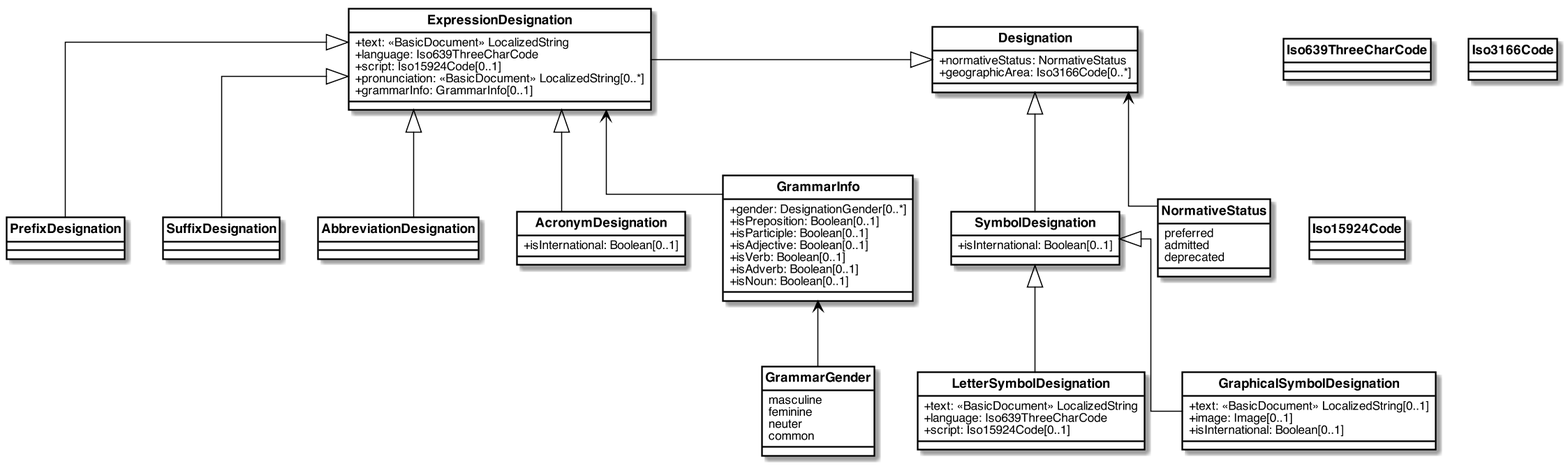
Before: images/designation.png, a diagram exported from PlantUML (glossarist/concept-model).
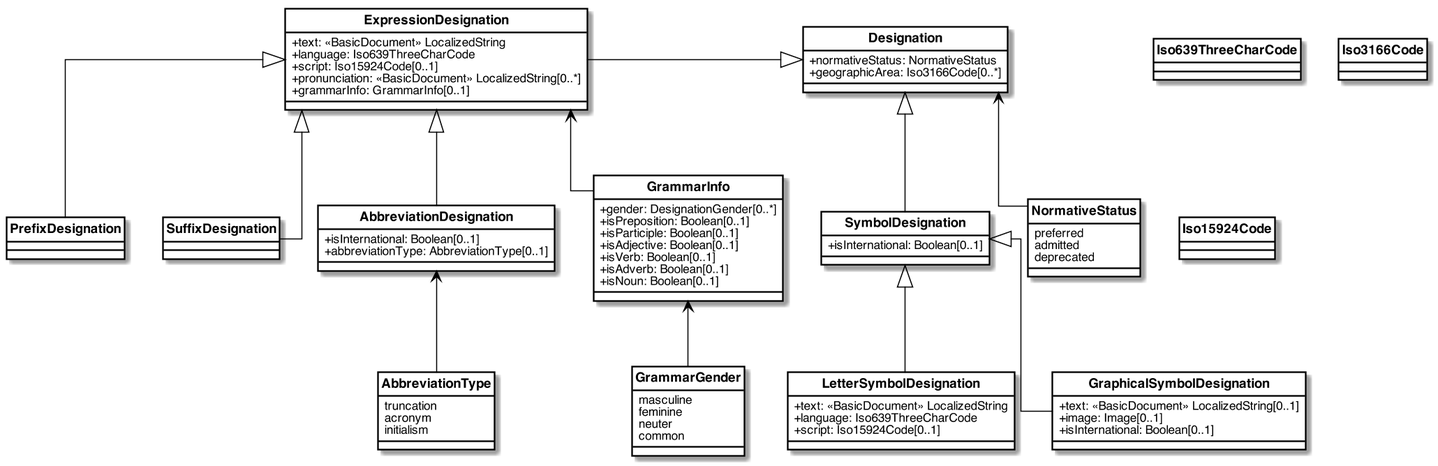
The same file after the commit.

The edit, as a diff of the source:
```diff
@@ -64,10 +64,14 @@
 }
 
 class AbbreviationDesignation {
+  +isInternational: Boolean[0..1]
+  +abbreviationType: AbbreviationType[0..1]
 }
 
-class AcronymDesignation {
-  +isInternational: Boolean[0..1]
+enum AbbreviationType {
+  truncation
+  acronym
+  initialism
 }
 
 class LetterSymbolDesignation {
@@ -119,8 +123,9 @@
 ExpressionDesignation <|-- PrefixDesignation
 ExpressionDesignation <|-- SuffixDesignation
 ExpressionDesignation <|-- AbbreviationDesignation
-ExpressionDesignation <|-- AcronymDesignation
 ExpressionDesignation <-- GrammarInfo
+
+AbbreviationDesignation <-- AbbreviationType
 
 SymbolDesignation <|-- LetterSymbolDesignation
 SymbolDesignation <|-- GraphicalSymbolDesignation
```
